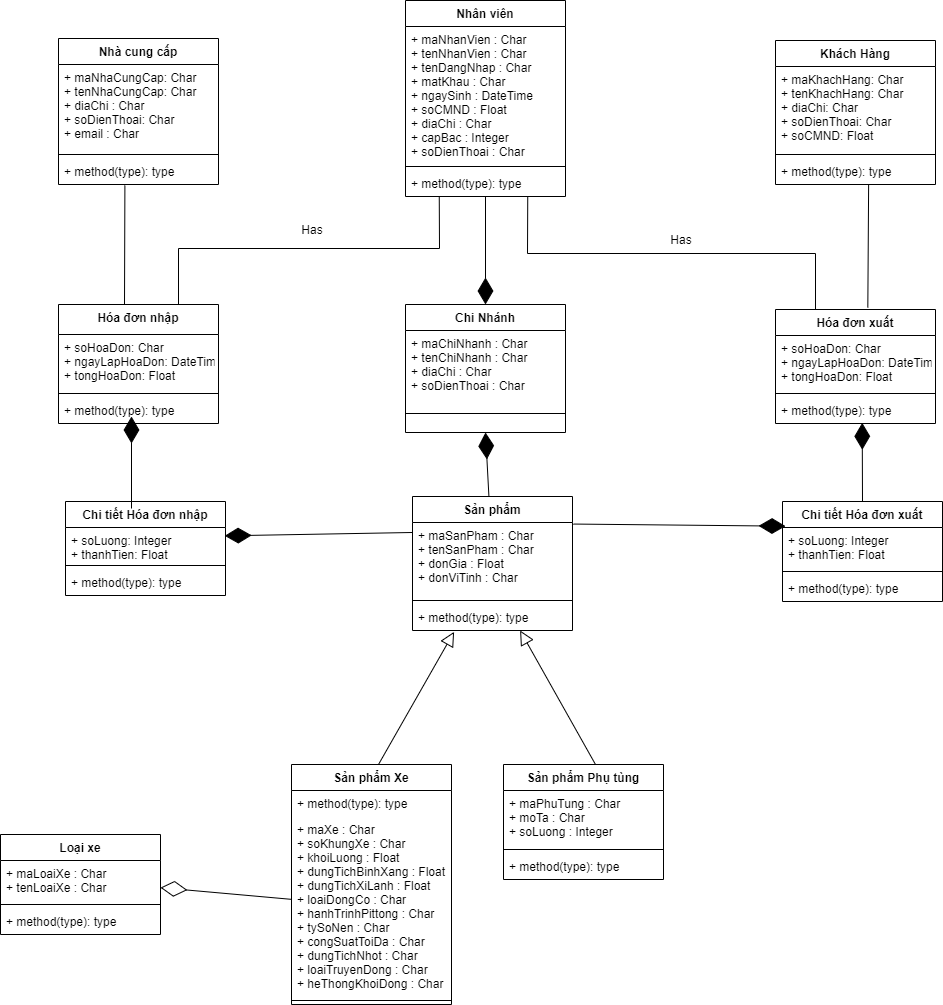
Before: Sơ Đồ Class.png, a diagram exported from draw.io (ChauCongTu/thiet-ke-linh-tinh). Source tidied: cells renumbered, new cells last; positions are measured from the earlier drawing's top-left corner, leaving out a move shared by most shapes.
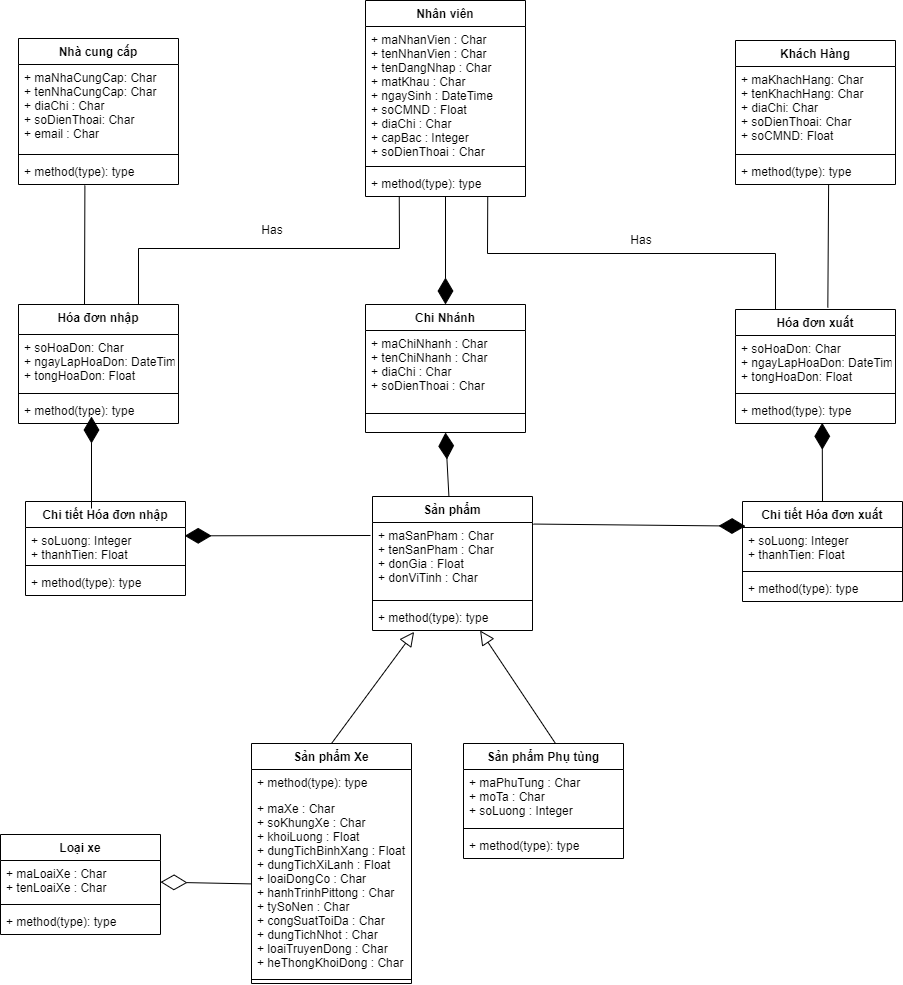
The same diagram one commit later.

Commit message:
Cập nhật Sơ Đồ Class.png

Change to the diagram source:
```diff
@@ -60,7 +60,7 @@
       <mxGeometry y="170" width="160" height="26" as="geometry" />
     </mxCell>
     <mxCell id="21" value="Loại xe" style="swimlane;fontStyle=1;align=center;verticalAlign=top;horizontal=1;startSize=26;" parent="1" vertex="1">
-      <mxGeometry y="834" width="160" height="100" as="geometry" />
+      <mxGeometry x="40" y="834" width="160" height="100" as="geometry" />
     </mxCell>
     <mxCell id="22" value="+ maLoaiXe : Char&#10;+ tenLoaiXe : Char" style="text;strokeColor=none;fillColor=none;align=left;verticalAlign=top;spacingLeft=4;spacingRight=4;overflow=hidden;points=[[0,0.5],[1,0.5]];portConstraint=eastwest;" parent="21" vertex="1">
       <mxGeometry y="26" width="160" height="40" as="geometry" />
@@ -72,7 +72,7 @@
       <mxGeometry y="74" width="160" height="26" as="geometry" />
     </mxCell>
     <mxCell id="25" value="Sản phẩm Phụ tùng" style="swimlane;fontStyle=1;align=center;verticalAlign=top;horizontal=1;startSize=26;" parent="1" vertex="1">
-      <mxGeometry x="503" y="764" width="160" height="115" as="geometry" />
+      <mxGeometry x="503" y="743" width="160" height="115" as="geometry" />
     </mxCell>
     <mxCell id="26" value="+ maPhuTung : Char&#10;+ moTa : Char&#10;+ soLuong : Integer" style="text;strokeColor=none;fillColor=none;align=left;verticalAlign=top;spacingLeft=4;spacingRight=4;overflow=hidden;" parent="25" vertex="1">
       <mxGeometry y="26" width="160" height="55" as="geometry" />
@@ -84,7 +84,7 @@
       <mxGeometry y="89" width="160" height="26" as="geometry" />
     </mxCell>
     <mxCell id="29" value="Sản phẩm Xe" style="swimlane;fontStyle=1;align=center;verticalAlign=top;horizontal=1;startSize=26;" parent="1" vertex="1">
-      <mxGeometry x="291" y="764" width="160" height="240" as="geometry" />
+      <mxGeometry x="291" y="743" width="160" height="240" as="geometry" />
     </mxCell>
     <mxCell id="30" value="+ method(type): type" style="text;strokeColor=none;fillColor=none;align=left;verticalAlign=top;spacingLeft=4;spacingRight=4;overflow=hidden;" parent="29" vertex="1">
       <mxGeometry y="26" width="160" height="26" as="geometry" />
@@ -180,18 +180,18 @@
         <mxPoint x="131" y="416" as="targetPoint" />
       </mxGeometry>
     </mxCell>
-    <mxCell id="57" style="edgeStyle=none;html=1;endSize=12;endArrow=block;endFill=0;rounded=0;entryX=0.26;entryY=1.051;entryDx=0;entryDy=0;entryPerimeter=0;exitX=0.5;exitY=0;exitDx=0;exitDy=0;" parent="1" edge="1" target="36">
-      <mxGeometry relative="1" as="geometry">
-        <mxPoint x="378" y="764" as="sourcePoint" />
-      </mxGeometry>
+    <mxCell id="57" style="edgeStyle=none;html=1;endSize=12;endArrow=block;endFill=0;rounded=0;entryX=0.26;entryY=1.051;entryDx=0;entryDy=0;entryPerimeter=0;exitX=0.5;exitY=0;exitDx=0;exitDy=0;" parent="1" edge="1" source="29" target="36">
+      <mxGeometry relative="1" as="geometry" />
     </mxCell>
     <mxCell id="58" style="edgeStyle=none;html=1;endSize=12;endArrow=block;endFill=0;rounded=0;entryX=0.26;entryY=1.051;entryDx=0;entryDy=0;entryPerimeter=0;exitX=0.575;exitY=0;exitDx=0;exitDy=0;exitPerimeter=0;" parent="1" edge="1" source="25">
       <mxGeometry relative="1" as="geometry">
         <mxPoint x="519.6" y="630" as="targetPoint" />
       </mxGeometry>
     </mxCell>
-    <mxCell id="59" style="endArrow=diamondThin;endFill=1;endSize=24;html=1;rounded=0;entryX=0.995;entryY=0.245;entryDx=0;entryDy=0;exitX=0;exitY=0.135;exitDx=0;exitDy=0;exitPerimeter=0;entryPerimeter=0;" parent="1" edge="1" source="34" target="42">
-      <mxGeometry relative="1" as="geometry" />
+    <mxCell id="59" style="endArrow=diamondThin;endFill=1;endSize=24;html=1;rounded=0;entryX=0.995;entryY=0.245;entryDx=0;entryDy=0;entryPerimeter=0;" parent="1" edge="1" target="42">
+      <mxGeometry relative="1" as="geometry">
+        <mxPoint x="410" y="535" as="sourcePoint" />
+      </mxGeometry>
     </mxCell>
     <mxCell id="60" style="endArrow=diamondThin;endFill=1;endSize=24;html=1;rounded=0;entryX=0.995;entryY=0.245;entryDx=0;entryDy=0;exitX=1.006;exitY=0.021;exitDx=0;exitDy=0;exitPerimeter=0;entryPerimeter=0;" parent="1" edge="1" source="34">
       <mxGeometry relative="1" as="geometry">
```
